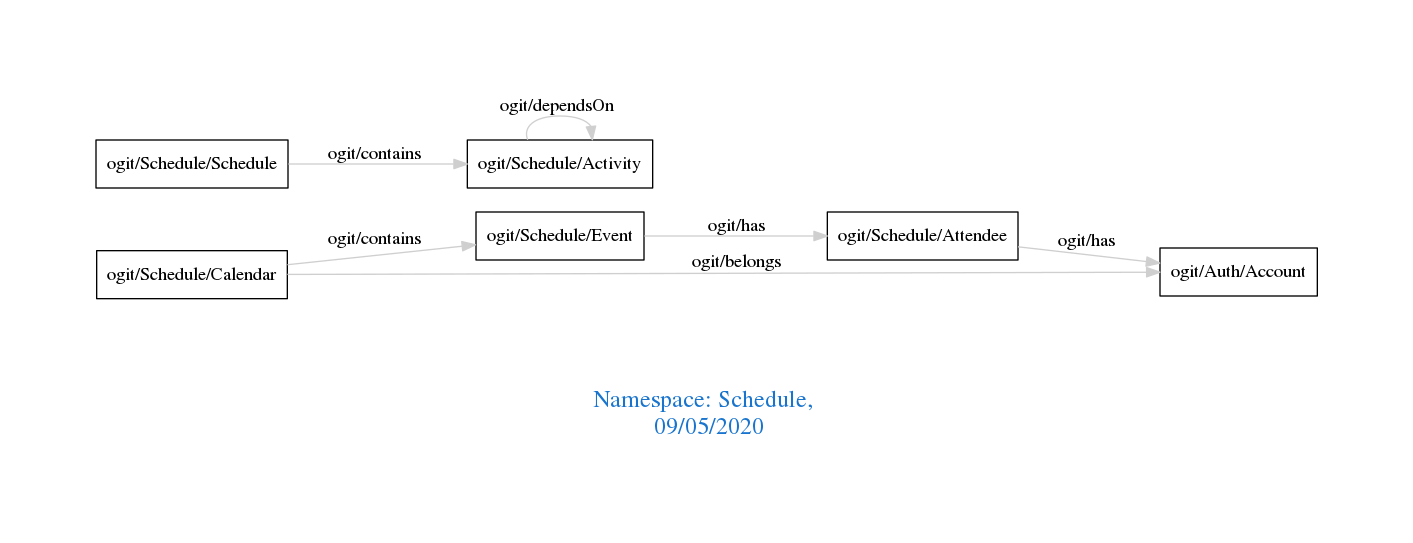
The Graphviz diagram downloads/Schedule.png in arago/OGIT, before a commit. Its source is kept beside it as downloads/Schedule.dot.
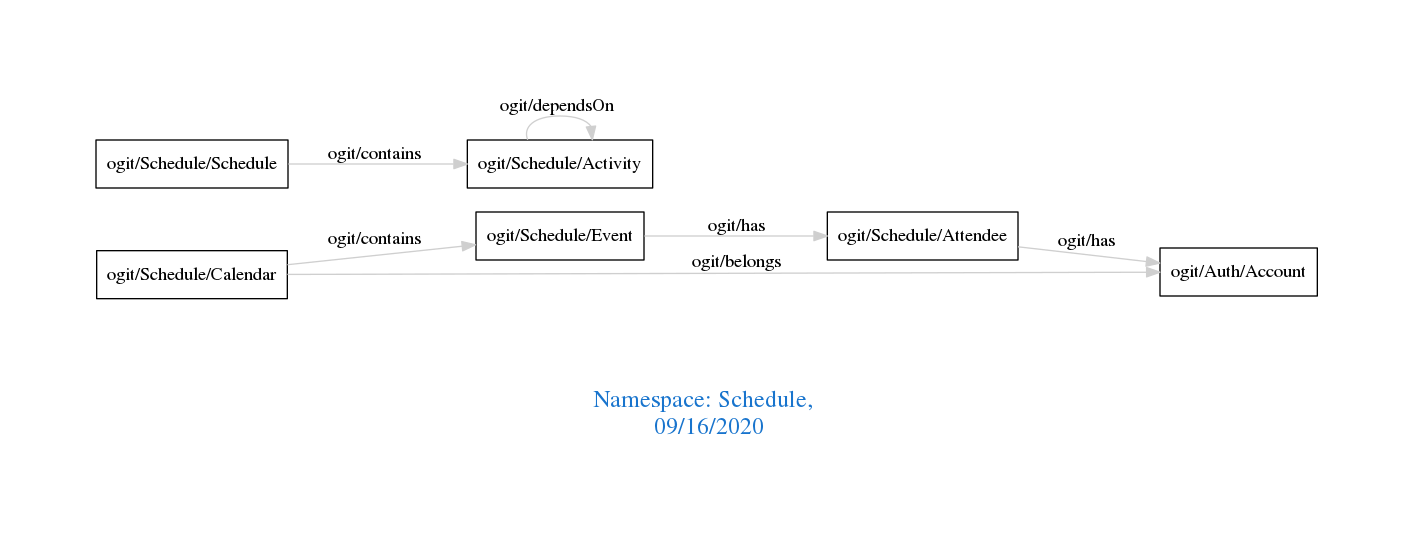
After the change.

What changed in the source:
```diff
@@ -1,7 +1,7 @@
 digraph OGIT_ontology {
  graph [ rankdir= LR,pad=1
 fontsize = 18,
-fontcolor= dodgerblue3,label = "\n\n\nNamespace: Schedule, \n 09/05/2020"];
+fontcolor= dodgerblue3,label = "\n\n\nNamespace: Schedule, \n 09/16/2020"];
 node[shape=polygon];
 edge [  color="gray81"];
 
```
